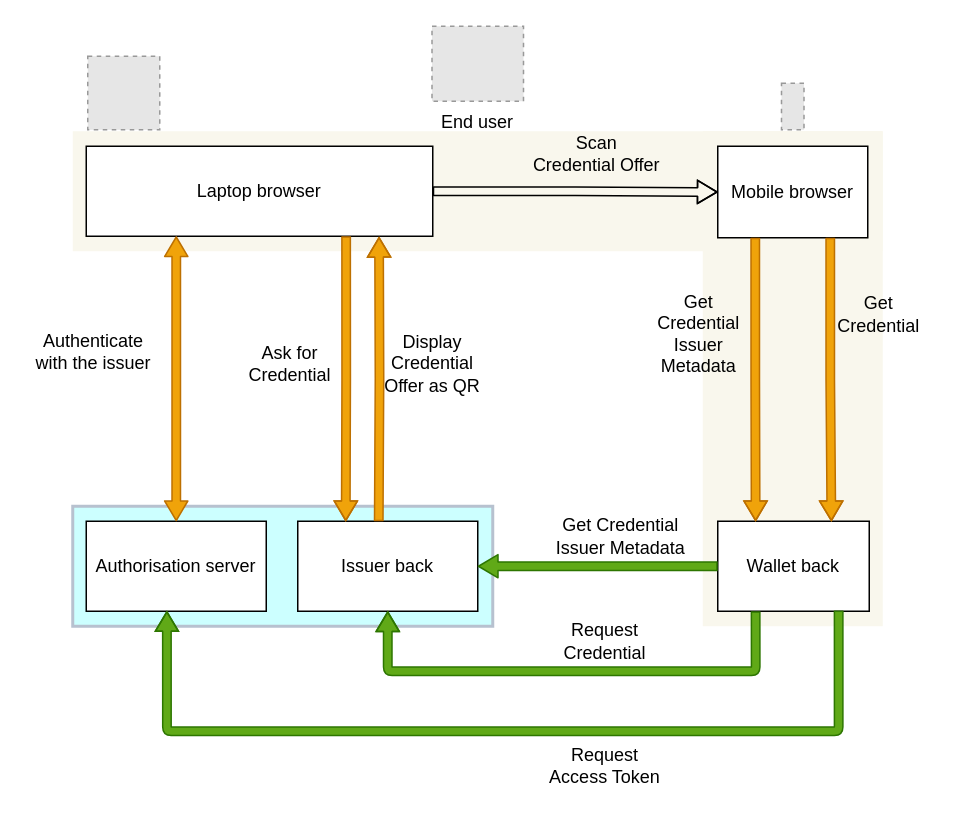
Before: images/issuance/issuance_all.drawio in DOME-Marketplace/did-method-elsi, a draw.io diagram. Source tidied: cells renumbered, new cells numbered last; positions are measured from the earlier drawing's top-left corner, leaving out a move shared by most shapes. Both pictures are drawn from the tidied source at 150%, with x=0, y=0 at pixel (26, 26). Pictures stored in the file or linked from it are replaced by grey dashed boxes.
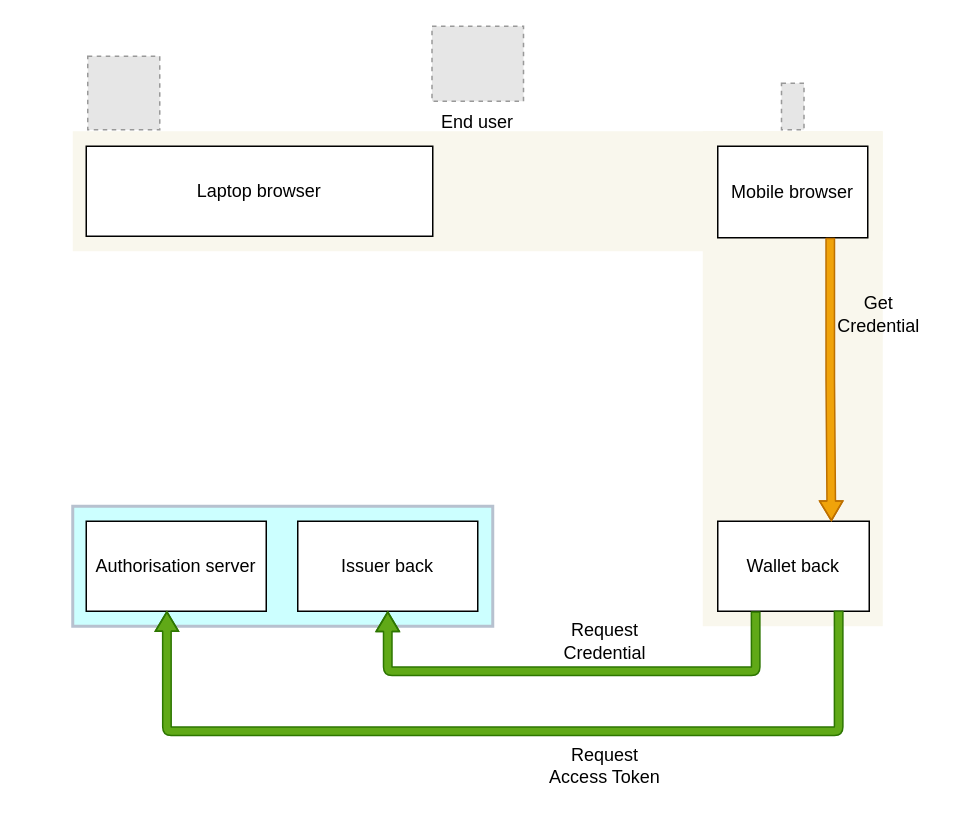
The same diagram, later.

Unchanged cells that the change refers to:
```xml
<mxCell id="5" value="Wallet back" style="rounded=0;whiteSpace=wrap;html=1;" parent="1" vertex="1">
  <mxGeometry x="461" y="330" width="101" height="60" as="geometry" />
</mxCell>
<mxCell id="6" value="Mobile browser" style="rounded=0;whiteSpace=wrap;html=1;verticalAlign=middle;" parent="1" vertex="1">
  <mxGeometry x="461" y="80" width="100" height="61" as="geometry" />
</mxCell>
<mxCell id="8" value="Authorisation server" style="rounded=0;whiteSpace=wrap;html=1;" parent="1" vertex="1">
  <mxGeometry x="40" y="330" width="120" height="60" as="geometry" />
</mxCell>
<mxCell id="9" value="Issuer back" style="rounded=0;whiteSpace=wrap;html=1;" parent="1" vertex="1">
  <mxGeometry x="181" y="330" width="120" height="60" as="geometry" />
</mxCell>
<mxCell id="10" value="Laptop browser" style="rounded=0;whiteSpace=wrap;html=1;points=[[0,0,0,0,0],[0,0.25,0,0,0],[0,0.5,0,0,0],[0,0.75,0,0,0],[0,1,0,0,0],[0.25,0,0,0,0],[0.25,1,0,0,0],[0.5,0,0,0,0],[0.5,1,0,0,0],[0.75,0,0,0,0],[0.75,1,0,0,0],[1,0,0,0,0],[1,0.25,0,0,0],[1,0.5,0,0,0],[1,0.75,0,0,0],[1,1,0,0,0]];verticalAlign=middle;" parent="1" vertex="1">
  <mxGeometry x="40" y="80" width="231" height="60" as="geometry" />
</mxCell>
```

The edit, as a diff of the source:
```diff
@@
-    <mxCell id="13" parent="0" />
-    <mxCell id="14" style="rounded=1;jettySize=auto;html=1;startArrow=block;startFill=0;shape=flexArrow;endWidth=8.8;endSize=4;width=5.666666666666667;startSize=4;startWidth=8.8;fillColor=#f0a30a;strokeColor=#BD7000;" parent="13" edge="1" target="8">
-      <mxGeometry relative="1" as="geometry">
-        <mxPoint x="100" y="140" as="sourcePoint" />
-      </mxGeometry>
-    </mxCell>
-    <mxCell id="15" value="Authenticate with the issuer" style="text;html=1;strokeColor=none;fillColor=none;align=center;verticalAlign=middle;whiteSpace=wrap;rounded=0;" parent="13" vertex="1">
-      <mxGeometry y="202" width="90" height="30" as="geometry" />
-    </mxCell>
-    <mxCell id="16" parent="0" />
-    <mxCell id="17" style="rounded=1;jettySize=auto;html=1;startArrow=none;startFill=0;shape=flexArrow;endWidth=8.8;endSize=4;width=5.666666666666667;startSize=4;startWidth=8.8;exitX=1;exitY=0.5;exitDx=0;exitDy=0;edgeStyle=orthogonalEdgeStyle;exitPerimeter=0;entryX=0;entryY=0.5;entryDx=0;entryDy=0;" parent="16" edge="1" source="10" target="6">
-      <mxGeometry relative="1" as="geometry" />
-    </mxCell>
-    <mxCell id="18" value="Scan&lt;br&gt;Credential Offer" style="text;html=1;strokeColor=none;fillColor=none;align=center;verticalAlign=middle;whiteSpace=wrap;rounded=0;" parent="16" vertex="1">
-      <mxGeometry x="330" y="60" width="101" height="50" as="geometry" />
-    </mxCell>
-    <mxCell id="19" value="Display&lt;br&gt;Credential Offer as QR" style="text;html=1;strokeColor=none;fillColor=none;align=center;verticalAlign=middle;whiteSpace=wrap;rounded=0;" parent="16" vertex="1">
-      <mxGeometry x="231" y="200" width="80" height="50" as="geometry" />
-    </mxCell>
-    <mxCell id="20" style="rounded=1;jettySize=auto;html=1;startArrow=none;startFill=0;shape=flexArrow;endWidth=8.8;endSize=4;width=5.666666666666667;startSize=4;startWidth=8.8;edgeStyle=orthogonalEdgeStyle;entryX=0.845;entryY=1.007;entryDx=0;entryDy=0;entryPerimeter=0;fillColor=#f0a30a;strokeColor=#BD7000;" parent="16" edge="1" target="10">
-      <mxGeometry relative="1" as="geometry">
-        <mxPoint x="235" y="330" as="sourcePoint" />
-      </mxGeometry>
-    </mxCell>
-    <mxCell id="21" style="rounded=1;jettySize=auto;html=1;startArrow=none;startFill=0;shape=flexArrow;endWidth=8.8;endSize=4;width=5.666666666666667;startSize=4;startWidth=8.8;exitX=0.75;exitY=1;exitDx=0;exitDy=0;exitPerimeter=0;edgeStyle=orthogonalEdgeStyle;fillColor=#f0a30a;strokeColor=#BD7000;" parent="16" edge="1" source="10">
-      <mxGeometry relative="1" as="geometry">
-        <mxPoint x="213" y="330" as="targetPoint" />
-      </mxGeometry>
-    </mxCell>
-    <mxCell id="22" value="Ask for Credential" style="text;html=1;strokeColor=none;fillColor=none;align=center;verticalAlign=middle;whiteSpace=wrap;rounded=0;" parent="16" vertex="1">
-      <mxGeometry x="131" y="210" width="90" height="30" as="geometry" />
-    </mxCell>
-    <mxCell id="23" parent="0" />
-    <mxCell id="24" value="Get Credential Issuer Metadata" style="text;html=1;strokeColor=none;fillColor=none;align=center;verticalAlign=middle;whiteSpace=wrap;rounded=0;" parent="23" vertex="1">
-      <mxGeometry x="351" y="320" width="91" height="40" as="geometry" />
-    </mxCell>
-    <mxCell id="25" value="Get Credential Issuer Metadata" style="text;html=1;strokeColor=none;fillColor=none;align=center;verticalAlign=middle;whiteSpace=wrap;rounded=0;" parent="23" vertex="1">
-      <mxGeometry x="411" y="170" width="75" height="70" as="geometry" />
-    </mxCell>
-    <mxCell id="26" style="rounded=1;jettySize=auto;html=1;startArrow=none;startFill=0;shape=flexArrow;endWidth=8.8;endSize=4;width=5.666666666666667;startSize=4;startWidth=8.8;exitX=0.25;exitY=1;exitDx=0;exitDy=0;entryX=0.25;entryY=0;entryDx=0;entryDy=0;edgeStyle=orthogonalEdgeStyle;fillColor=#f0a30a;strokeColor=#BD7000;" parent="23" edge="1" source="6" target="5">
-      <mxGeometry relative="1" as="geometry" />
-    </mxCell>
-    <mxCell id="27" style="rounded=1;jettySize=auto;html=1;startArrow=none;startFill=0;shape=flexArrow;endWidth=8.8;endSize=4;width=5.666666666666667;startSize=4;startWidth=8.8;exitX=0;exitY=0.5;exitDx=0;exitDy=0;entryX=1;entryY=0.5;entryDx=0;entryDy=0;edgeStyle=orthogonalEdgeStyle;fillColor=#60a917;strokeColor=#2D7600;" parent="23" edge="1" source="5" target="9">
-      <mxGeometry relative="1" as="geometry" />
-    </mxCell>
```
